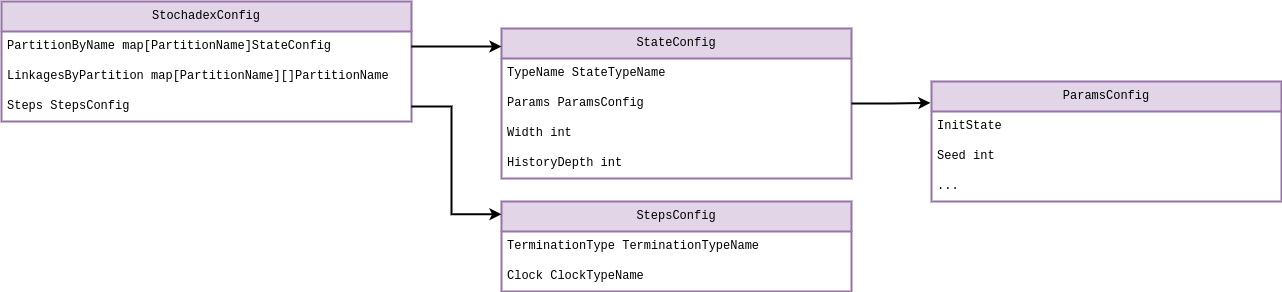
Earlier version of the draw.io export images/stochadex-data-types.drawio.png (umbralcalc/worlds-of-observation). Source tidied: cells renumbered, new cells last; positions are measured from the earlier drawing's top-left corner, leaving out a move shared by most shapes.
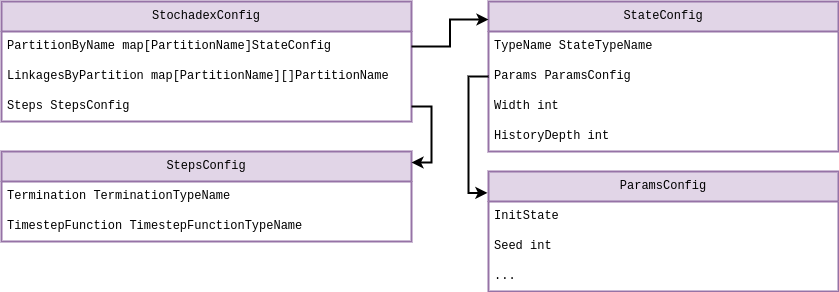
Above is the later version.

Commit message:
relational data types diagram improved and section writing

Diff of the diagram source:
```diff
@@ -3,7 +3,7 @@
     <mxCell id="0" />
     <mxCell id="1" parent="0" />
     <mxCell id="2" value="StochadexConfig" style="swimlane;fontStyle=0;horizontal=1;startSize=30;whiteSpace=wrap;html=1;fontFamily=Courier New;fillColor=#e1d5e7;strokeColor=#9673a6;strokeWidth=2;" parent="1" vertex="1">
-      <mxGeometry width="410" height="120" as="geometry" />
+      <mxGeometry x="-50" width="410" height="120" as="geometry" />
     </mxCell>
     <mxCell id="3" value="PartitionByName map[PartitionName]StateConfig" style="text;strokeColor=none;fillColor=none;align=left;verticalAlign=middle;spacingLeft=4;spacingRight=4;overflow=hidden;points=[[0,0.5],[1,0.5]];portConstraint=eastwest;whiteSpace=wrap;html=1;fontFamily=Courier New;" parent="2" vertex="1">
       <mxGeometry y="30" width="410" height="30" as="geometry" />
@@ -15,7 +15,7 @@
       <mxGeometry y="90" width="410" height="30" as="geometry" />
     </mxCell>
     <mxCell id="6" value="StateConfig" style="swimlane;fontStyle=0;horizontal=1;startSize=30;whiteSpace=wrap;html=1;fontFamily=Courier New;fillColor=#e1d5e7;strokeColor=#9673a6;strokeWidth=2;" parent="1" vertex="1">
-      <mxGeometry x="500" y="27" width="350" height="150" as="geometry" />
+      <mxGeometry x="437" width="350" height="150" as="geometry" />
     </mxCell>
     <mxCell id="7" value="TypeName StateTypeName" style="text;strokeColor=none;fillColor=none;align=left;verticalAlign=middle;spacingLeft=4;spacingRight=4;overflow=hidden;whiteSpace=wrap;html=1;fontFamily=Courier New;" parent="6" vertex="1">
       <mxGeometry y="30" width="350" height="30" as="geometry" />
@@ -33,24 +33,16 @@
       <mxGeometry relative="1" as="geometry" />
     </mxCell>
     <mxCell id="12" value="StepsConfig" style="swimlane;fontStyle=0;horizontal=1;startSize=30;whiteSpace=wrap;html=1;fontFamily=Courier New;fillColor=#e1d5e7;strokeColor=#9673a6;strokeWidth=2;" parent="1" vertex="1">
-      <mxGeometry x="500" y="200" width="350" height="90" as="geometry" />
+      <mxGeometry x="-50" y="150" width="410" height="90" as="geometry" />
     </mxCell>
-    <mxCell id="13" value="TerminationType TerminationTypeName" style="text;strokeColor=none;fillColor=none;align=left;verticalAlign=middle;spacingLeft=4;spacingRight=4;overflow=hidden;whiteSpace=wrap;html=1;fontFamily=Courier New;" parent="12" vertex="1">
-      <mxGeometry y="30" width="350" height="30" as="geometry" />
+    <mxCell id="13" value="Termination TerminationTypeName" style="text;strokeColor=none;fillColor=none;align=left;verticalAlign=middle;spacingLeft=4;spacingRight=4;overflow=hidden;whiteSpace=wrap;html=1;fontFamily=Courier New;" parent="12" vertex="1">
+      <mxGeometry y="30" width="410" height="30" as="geometry" />
     </mxCell>
-    <mxCell id="14" value="Clock ClockTypeName" style="text;strokeColor=none;fillColor=none;align=left;verticalAlign=middle;spacingLeft=4;spacingRight=4;overflow=hidden;whiteSpace=wrap;html=1;fontFamily=Courier New;" parent="12" vertex="1">
-      <mxGeometry y="60" width="350" height="30" as="geometry" />
+    <mxCell id="14" value="TimestepFunction TimestepFunctionTypeName" style="text;strokeColor=none;fillColor=none;align=left;verticalAlign=middle;spacingLeft=4;spacingRight=4;overflow=hidden;whiteSpace=wrap;html=1;fontFamily=Courier New;" parent="12" vertex="1">
+      <mxGeometry y="60" width="410" height="30" as="geometry" />
     </mxCell>
-    <mxCell id="15" style="edgeStyle=orthogonalEdgeStyle;rounded=0;jettySize=auto;html=1;entryX=0;entryY=0.142;entryDx=0;entryDy=0;entryPerimeter=0;strokeWidth=2;exitX=1;exitY=0.5;exitDx=0;exitDy=0;" parent="1" edge="1" source="5" target="12">
-      <mxGeometry relative="1" as="geometry">
-        <Array as="points">
-          <mxPoint x="450" y="105" />
-          <mxPoint x="450" y="213" />
-        </Array>
-      </mxGeometry>
-    </mxCell>
     <mxCell id="16" value="ParamsConfig" style="swimlane;fontStyle=0;horizontal=1;startSize=30;whiteSpace=wrap;html=1;fontFamily=Courier New;fillColor=#e1d5e7;strokeColor=#9673a6;strokeWidth=2;" parent="1" vertex="1">
-      <mxGeometry x="930" y="80" width="350" height="120" as="geometry" />
+      <mxGeometry x="437" y="170" width="350" height="120" as="geometry" />
     </mxCell>
     <mxCell id="17" value="InitState" style="text;strokeColor=none;fillColor=none;align=left;verticalAlign=middle;spacingLeft=4;spacingRight=4;overflow=hidden;whiteSpace=wrap;html=1;fontFamily=Courier New;" parent="16" vertex="1">
       <mxGeometry y="30" width="350" height="30" as="geometry" />
@@ -64,5 +56,13 @@
     <mxCell id="20" style="edgeStyle=orthogonalEdgeStyle;rounded=0;jettySize=auto;html=1;entryX=-0.003;entryY=0.178;entryDx=0;entryDy=0;entryPerimeter=0;strokeWidth=2;" parent="1" edge="1" source="8" target="16">
       <mxGeometry relative="1" as="geometry" />
     </mxCell>
+    <mxCell id="15" style="edgeStyle=orthogonalEdgeStyle;rounded=0;jettySize=auto;html=1;entryX=1;entryY=0.122;entryDx=0;entryDy=0;strokeWidth=2;entryPerimeter=0;" parent="1" edge="1" source="5" target="12">
+      <mxGeometry relative="1" as="geometry">
+        <Array as="points">
+          <mxPoint x="380" y="105" />
+          <mxPoint x="380" y="161" />
+        </Array>
+      </mxGeometry>
+    </mxCell>
   </root>
 </mxGraphModel>
```
